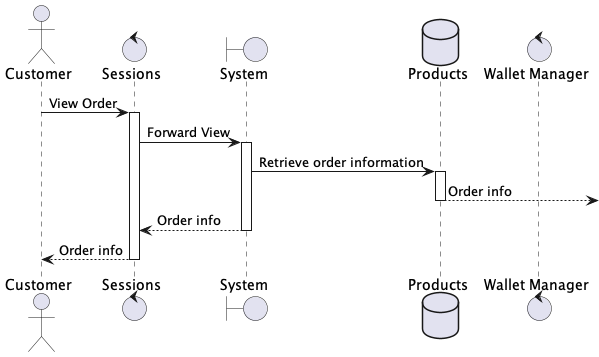
Above: docs/diagrams/sequences/cancel.png in david-gary/onlineStoreTemplate (PlantUML), before the change. Its diagram source:
```plantuml
@startuml cancel
actor Customer order 10
boundary "System" as system order 30
database "Products" as products order 40
control "Wallet Manager" as wallet order 50
control "Sessions" as sessions order 20
Customer -> sessions : View Order
activate sessions
sessions -> system : Forward View
activate system
system -> products : Retrieve order information
activate products
products --> : Order info
deactivate products
system --> sessions : Order info
deactivate system
sessions --> Customer : Order info
deactivate sessions
@enduml
```
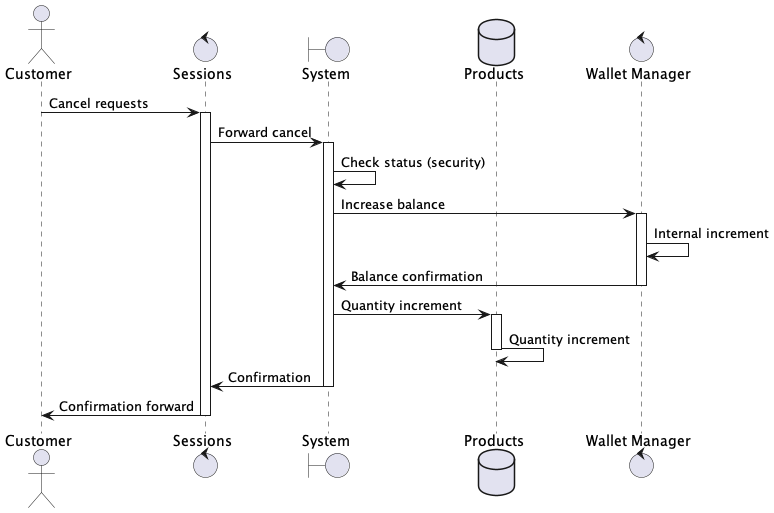
The same file after the commit.

The edit, as a diff of the source:
```diff
@@ -4,16 +4,22 @@
 database "Products" as products order 40
 control "Wallet Manager" as wallet order 50
 control "Sessions" as sessions order 20
-Customer -> sessions : View Order
+Customer -> sessions : Cancel requests
 activate sessions
-sessions -> system : Forward View
+sessions -> system : Forward cancel
 activate system
-system -> products : Retrieve order information
+system -> system : Check status (security)
+system -> wallet : Increase balance
+activate wallet
+wallet -> wallet : Internal increment
+wallet -> system : Balance confirmation
+deactivate wallet
+system -> products : Quantity increment
 activate products
-products --> : Order info
+products -> products : Quantity increment
 deactivate products
-system --> sessions : Order info
+system -> sessions : Confirmation
 deactivate system
-sessions --> Customer : Order info
+sessions -> Customer : Confirmation forward
 deactivate sessions
 @enduml
```
